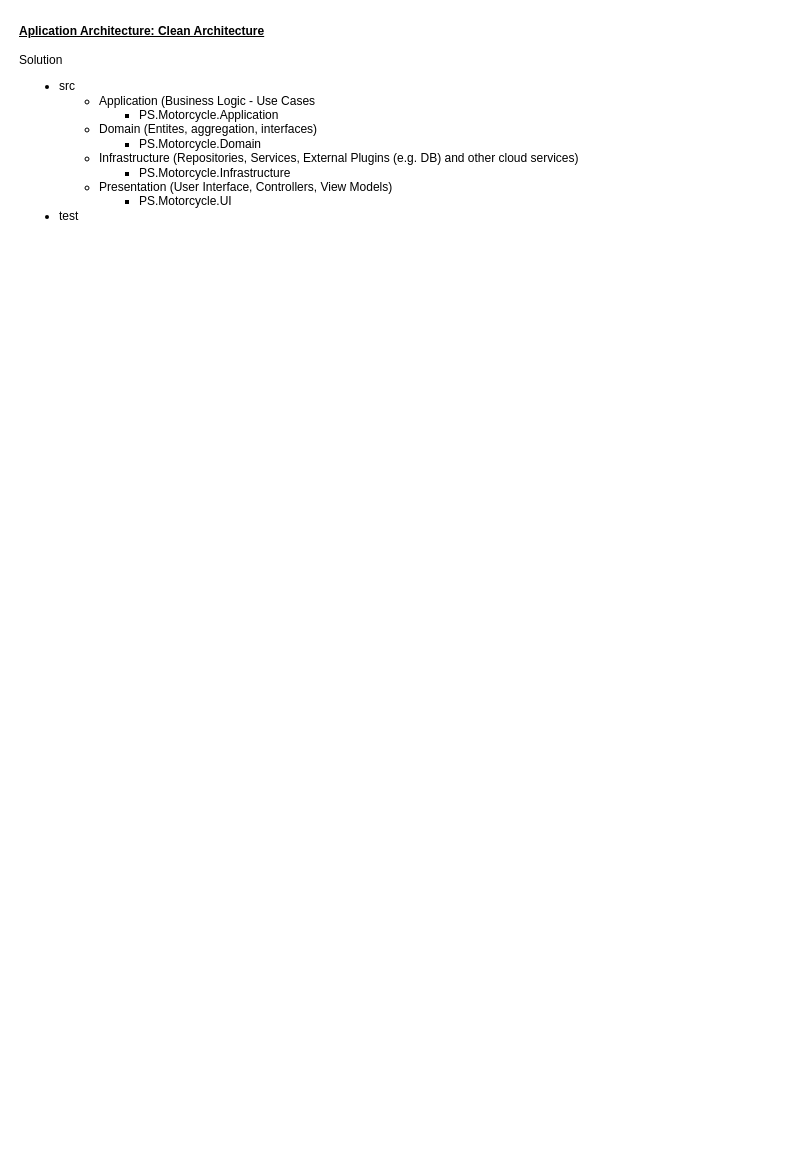
This is page "Aplication Architecture" (2 of 2) of Documentation/Motorcycle App.drawio from Pawel-Szymczyk/PS.Motorcycle, a draw.io file, before an edit. Source tidied: cells renumbered, new cells numbered last; positions are measured from the earlier drawing's top-left corner, leaving out a move shared by most shapes. Both pictures are drawn from the tidied source at 100%, with x=0, y=0 at pixel (17, 17).
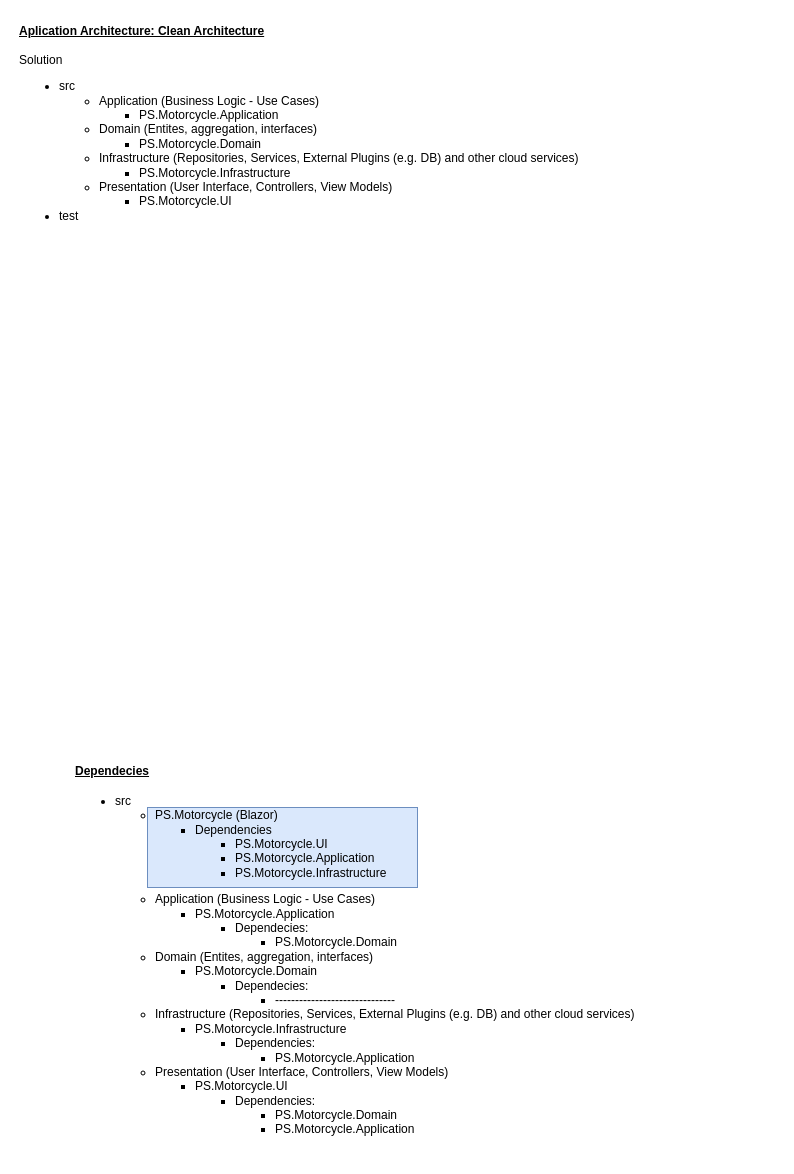
After the change.

Diff of the diagram source:
```diff
@@
 <mxGraphModel>
   <root>
     <mxCell id="0" />
     <mxCell id="1" parent="0" />
+    <mxCell id="3" style="rounded=0;whiteSpace=wrap;html=1;fillColor=#dae8fc;strokeColor=#6c8ebf;" parent="1" vertex="1">
+      <mxGeometry x="130" y="790" width="270" height="80" as="geometry" />
+    </mxCell>
-    <mxCell id="2" value="&lt;b&gt;&lt;u&gt;Aplication Architecture:&amp;nbsp;Clean Architecture&lt;/u&gt;&lt;/b&gt;&lt;br&gt;&lt;br&gt;Solution&lt;br&gt;&lt;ul&gt;&lt;li&gt;src&lt;/li&gt;&lt;ul&gt;&lt;li&gt;Application (Business Logic - Use Cases&lt;/li&gt;&lt;ul&gt;&lt;li&gt;PS.Motorcycle.Application&lt;/li&gt;&lt;/ul&gt;&lt;li&gt;Domain (Entites, aggregation, interfaces)&lt;/li&gt;&lt;ul&gt;&lt;li&gt;PS.Motorcycle.Domain&lt;/li&gt;&lt;/ul&gt;&lt;li&gt;Infrastructure (Repositories, Services, External Plugins (e.g. DB) and other cloud services)&lt;/li&gt;&lt;ul&gt;&lt;li&gt;PS.Motorcycle.Infrastructure&lt;/li&gt;&lt;/ul&gt;&lt;li&gt;Presentation (User Interface, Controllers, View Models)&lt;/li&gt;&lt;ul&gt;&lt;li&gt;PS.Motorcycle.UI&lt;/li&gt;&lt;/ul&gt;&lt;/ul&gt;&lt;li&gt;test&lt;/li&gt;&lt;/ul&gt;&lt;span&gt;&#9;&lt;/span&gt;" style="text;html=1;strokeColor=none;fillColor=none;align=left;verticalAlign=top;whiteSpace=wrap;rounded=0;horizontal=1;" parent="1" vertex="1">
+    <mxCell id="2" value="&lt;b&gt;&lt;u&gt;Aplication Architecture:&amp;nbsp;Clean Architecture&lt;/u&gt;&lt;/b&gt;&lt;br&gt;&lt;br&gt;Solution&lt;br&gt;&lt;ul&gt;&lt;li&gt;src&lt;/li&gt;&lt;ul&gt;&lt;li&gt;Application (Business Logic - Use Cases)&lt;/li&gt;&lt;ul&gt;&lt;li&gt;PS.Motorcycle.Application&lt;/li&gt;&lt;/ul&gt;&lt;li&gt;Domain (Entites, aggregation, interfaces)&lt;/li&gt;&lt;ul&gt;&lt;li&gt;PS.Motorcycle.Domain&lt;/li&gt;&lt;/ul&gt;&lt;li&gt;Infrastructure (Repositories, Services, External Plugins (e.g. DB) and other cloud services)&lt;/li&gt;&lt;ul&gt;&lt;li&gt;PS.Motorcycle.Infrastructure&lt;/li&gt;&lt;/ul&gt;&lt;li&gt;Presentation (User Interface, Controllers, View Models)&lt;/li&gt;&lt;ul&gt;&lt;li&gt;PS.Motorcycle.UI&lt;/li&gt;&lt;/ul&gt;&lt;/ul&gt;&lt;li&gt;test&lt;/li&gt;&lt;/ul&gt;&lt;span&gt;&#9;&lt;/span&gt;" style="text;html=1;strokeColor=none;fillColor=none;align=left;verticalAlign=top;whiteSpace=wrap;rounded=0;horizontal=1;" parent="1" vertex="1">
       <mxGeometry width="760" height="590" as="geometry" />
     </mxCell>
+    <mxCell id="4" value="&lt;h1&gt;&lt;div&gt;&lt;span style=&quot;font-size: 12px&quot;&gt;&lt;u&gt;Dependecies&lt;/u&gt;&lt;/span&gt;&lt;/div&gt;&lt;ul style=&quot;font-weight: 400 ; font-size: 12px&quot;&gt;&lt;li&gt;src&lt;/li&gt;&lt;ul&gt;&lt;li&gt;PS.Motorcycle (Blazor)&lt;/li&gt;&lt;ul&gt;&lt;li&gt;&lt;span&gt;Dependencies&lt;/span&gt;&lt;br&gt;&lt;/li&gt;&lt;ul&gt;&lt;li&gt;&lt;span&gt;PS.Motorcycle.UI&lt;/span&gt;&lt;br&gt;&lt;/li&gt;&lt;li&gt;&lt;span&gt;PS.Motorcycle.Application&lt;/span&gt;&lt;br&gt;&lt;/li&gt;&lt;li&gt;&lt;span&gt;PS.Motorcycle.Infrastructure&lt;/span&gt;&lt;/li&gt;&lt;/ul&gt;&lt;/ul&gt;&lt;/ul&gt;&lt;/ul&gt;&lt;ul style=&quot;font-weight: 400 ; font-size: 12px&quot;&gt;&lt;ul&gt;&lt;li&gt;Application (Business Logic - Use Cases)&lt;/li&gt;&lt;ul&gt;&lt;li&gt;PS.Motorcycle.Application&lt;/li&gt;&lt;ul&gt;&lt;li&gt;Dependecies:&lt;/li&gt;&lt;ul&gt;&lt;li&gt;PS.Motorcycle.Domain&lt;/li&gt;&lt;/ul&gt;&lt;/ul&gt;&lt;/ul&gt;&lt;li&gt;Domain (Entites, aggregation, interfaces)&lt;/li&gt;&lt;ul&gt;&lt;li&gt;PS.Motorcycle.Domain&lt;/li&gt;&lt;ul&gt;&lt;li&gt;Dependecies:&lt;/li&gt;&lt;ul&gt;&lt;li&gt;------------------------------&lt;/li&gt;&lt;/ul&gt;&lt;/ul&gt;&lt;/ul&gt;&lt;li&gt;Infrastructure (Repositories, Services, External Plugins (e.g. DB) and other cloud services)&lt;/li&gt;&lt;ul&gt;&lt;li&gt;PS.Motorcycle.Infrastructure&lt;/li&gt;&lt;ul&gt;&lt;li&gt;Dependencies:&lt;/li&gt;&lt;ul&gt;&lt;li&gt;PS.Motorcycle.Application&lt;/li&gt;&lt;/ul&gt;&lt;/ul&gt;&lt;/ul&gt;&lt;li&gt;Presentation (User Interface, Controllers, View Models)&lt;/li&gt;&lt;ul&gt;&lt;li&gt;PS.Motorcycle.UI&lt;/li&gt;&lt;ul&gt;&lt;li&gt;Dependencies:&lt;/li&gt;&lt;ul&gt;&lt;li&gt;PS.Motorcycle.Domain&lt;/li&gt;&lt;li&gt;PS.Motorcycle.Application&lt;/li&gt;&lt;/ul&gt;&lt;/ul&gt;&lt;/ul&gt;&lt;/ul&gt;&lt;/ul&gt;&lt;/h1&gt;" style="text;html=1;strokeColor=none;fillColor=none;spacing=5;spacingTop=-20;whiteSpace=wrap;overflow=hidden;rounded=0;" parent="1" vertex="1">
+      <mxGeometry x="53" y="730" width="607" height="410" as="geometry" />
+    </mxCell>
   </root>
 </mxGraphModel>
```
